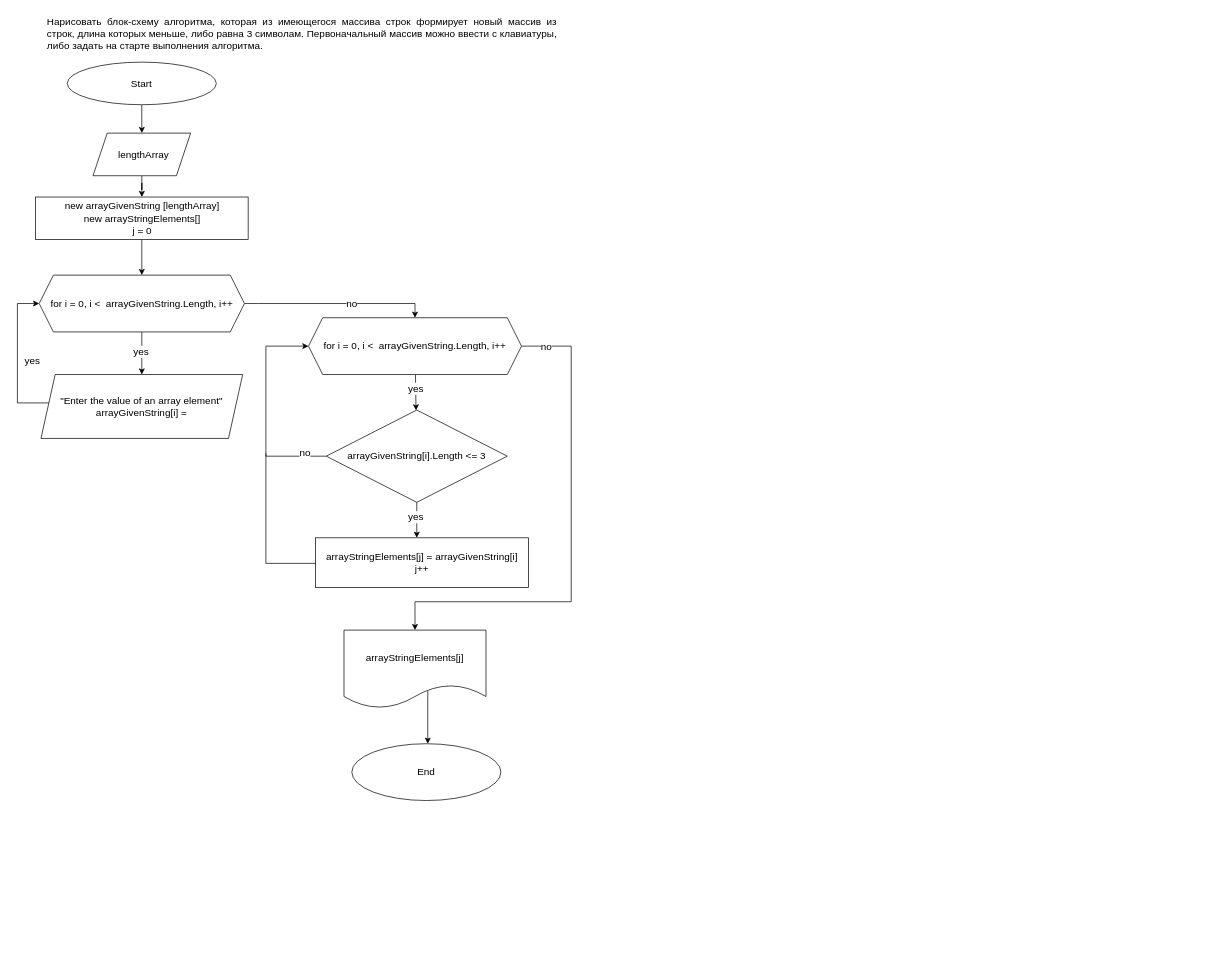
Yulia-Girduk/FinalProject_1 keeps this draw.io diagram as BlockDiagram.drawio. Above is the earlier version. Source tidied: cells renumbered, new cells numbered last; positions are measured from the earlier drawing's top-left corner, leaving out a move shared by most shapes. Both pictures are drawn from the tidied source at 71%, with x=0, y=0 at pixel (17, 12).
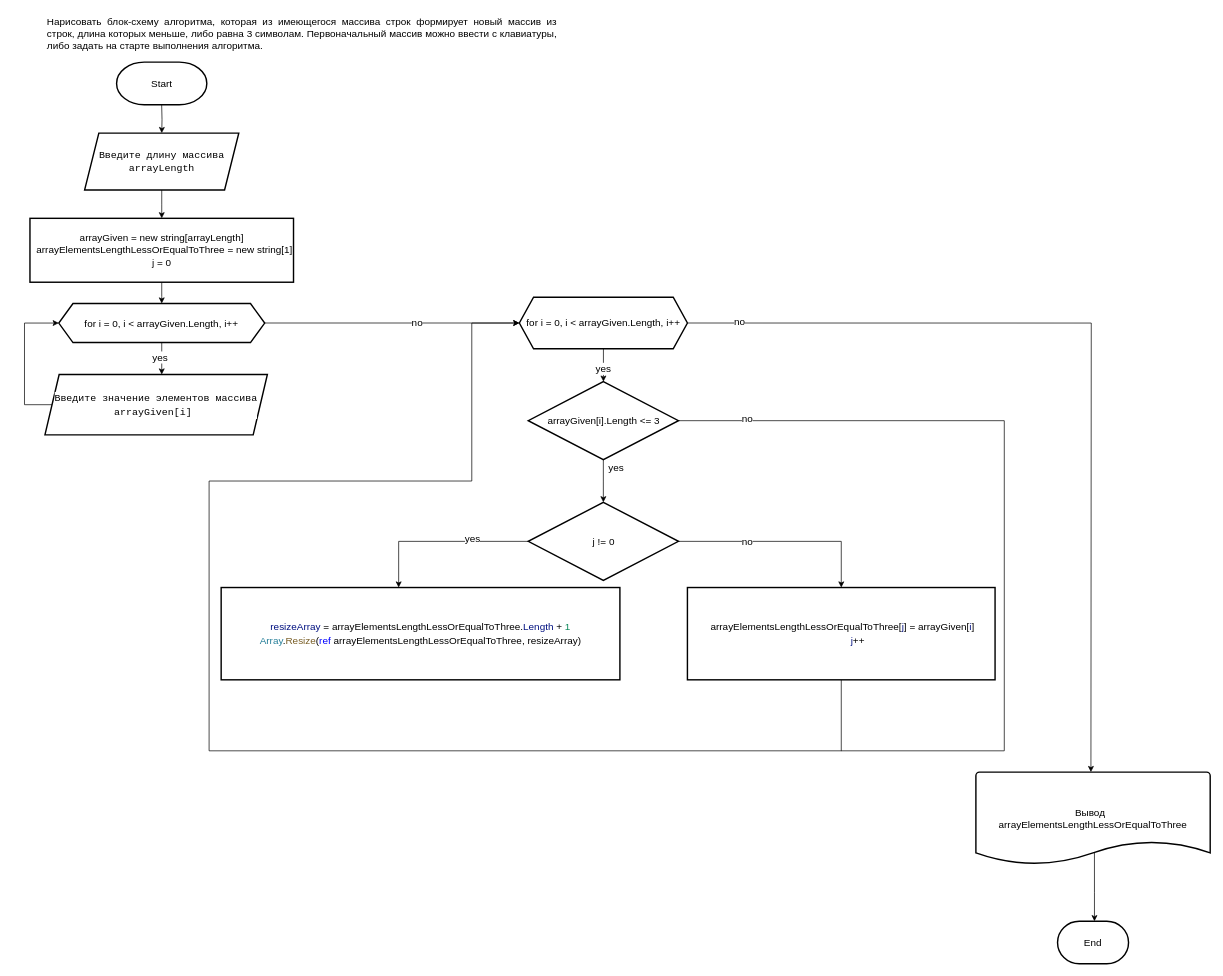
The same diagram, later.

Change to the diagram source:
```diff
@@
-    <mxCell id="3" style="edgeStyle=orthogonalEdgeStyle;rounded=0;jettySize=auto;html=1;" parent="1" edge="1" source="4" target="6">
-      <mxGeometry relative="1" as="geometry" />
+    <mxCell id="3" style="edgeStyle=orthogonalEdgeStyle;rounded=0;orthogonalLoop=1;jettySize=auto;html=1;" parent="1" edge="1">
+      <mxGeometry relative="1" as="geometry">
+        <mxPoint x="203.2" y="130" as="sourcePoint" />
+        <mxPoint x="203.3" y="170" as="targetPoint" />
+      </mxGeometry>
     </mxCell>
-    <mxCell id="4" value="&lt;font style=&quot;font-size: 14px;&quot;&gt;Start&lt;/font&gt;" style="ellipse;whiteSpace=wrap;html=1;" parent="1" vertex="1">
-      <mxGeometry x="70.2" y="70" width="210" height="60" as="geometry" />
-    </mxCell>
-    <mxCell id="5" style="edgeStyle=orthogonalEdgeStyle;rounded=0;jettySize=auto;html=1;" parent="1" edge="1" source="6" target="8">
-      <mxGeometry relative="1" as="geometry" />
-    </mxCell>
-    <mxCell id="6" value="&lt;font style=&quot;font-size: 14px;&quot;&gt;&amp;nbsp;lengthArray&lt;/font&gt;" style="shape=parallelogram;perimeter=parallelogramPerimeter;whiteSpace=wrap;html=1;fixedSize=1;" parent="1" vertex="1">
-      <mxGeometry x="106.5" y="170" width="137.5" height="60" as="geometry" />
-    </mxCell>
-    <mxCell id="7" style="edgeStyle=orthogonalEdgeStyle;rounded=0;jettySize=auto;html=1;" parent="1" edge="1" source="8" target="11">
-      <mxGeometry relative="1" as="geometry" />
-    </mxCell>
-    <mxCell id="8" value="&lt;font style=&quot;font-size: 14px;&quot;&gt;new arrayGivenString [lengthArray]&lt;br&gt;new arrayStringElements[]&lt;br&gt;j = 0&lt;br&gt;&lt;/font&gt;" style="rounded=0;whiteSpace=wrap;html=1;" parent="1" vertex="1">
-      <mxGeometry x="25.5" y="260" width="299.5" height="60" as="geometry" />
-    </mxCell>
-    <mxCell id="9" style="edgeStyle=orthogonalEdgeStyle;rounded=0;jettySize=auto;html=1;" parent="1" edge="1" source="11" target="14">
-      <mxGeometry relative="1" as="geometry" />
-    </mxCell>
-    <mxCell id="10" style="edgeStyle=orthogonalEdgeStyle;rounded=0;jettySize=auto;html=1;" parent="1" edge="1" source="11" target="18">
-      <mxGeometry relative="1" as="geometry">
-        <Array as="points">
-          <mxPoint x="340" y="410" />
-          <mxPoint x="340" y="410" />
-        </Array>
-      </mxGeometry>
-    </mxCell>
-    <mxCell id="11" value="&lt;font style=&quot;font-size: 14px;&quot;&gt;for i = 0, i &amp;lt;&amp;nbsp; arrayGivenString.Length, i++&lt;/font&gt;" style="shape=hexagon;perimeter=hexagonPerimeter2;whiteSpace=wrap;html=1;fixedSize=1;" parent="1" vertex="1">
-      <mxGeometry x="30.7" y="370" width="289.1" height="80" as="geometry" />
-    </mxCell>
-    <mxCell id="12" style="edgeStyle=orthogonalEdgeStyle;rounded=0;jettySize=auto;html=1;entryX=0;entryY=0.5;entryDx=0;entryDy=0;" parent="1" edge="1" source="14" target="11">
+    <mxCell id="12" style="edgeStyle=orthogonalEdgeStyle;rounded=0;orthogonalLoop=1;jettySize=auto;html=1;entryX=0;entryY=0.5;entryDx=0;entryDy=0;" parent="1" edge="1">
       <mxGeometry relative="1" as="geometry">
+        <mxPoint x="30.7" y="410" as="targetPoint" />
         <Array as="points">
           <mxPoint y="550" />
           <mxPoint y="410" />
         </Array>
       </mxGeometry>
     </mxCell>
@@
-    <mxCell id="14" value="&lt;font style=&quot;font-size: 14px;&quot;&gt;&quot;Enter the value of an array element&quot;&lt;br&gt;arrayGivenString[i] =&lt;br&gt;&lt;/font&gt;" style="shape=parallelogram;perimeter=parallelogramPerimeter;whiteSpace=wrap;html=1;fixedSize=1;" parent="1" vertex="1">
-      <mxGeometry x="33.2" y="510" width="284.1" height="90" as="geometry" />
-    </mxCell>
-    <mxCell id="15" style="edgeStyle=orthogonalEdgeStyle;rounded=0;jettySize=auto;html=1;entryX=0.5;entryY=0;entryDx=0;entryDy=0;" parent="1" edge="1" source="18" target="28">
-      <mxGeometry relative="1" as="geometry">
-        <Array as="points">
-          <mxPoint x="780" y="470" />
-          <mxPoint x="780" y="830" />
-          <mxPoint x="560" y="830" />
-        </Array>
-      </mxGeometry>
-    </mxCell>
-    <mxCell id="16" value="&lt;font style=&quot;font-size: 14px;&quot;&gt;no&lt;br&gt;&lt;/font&gt;" style="edgeLabel;html=1;align=center;verticalAlign=middle;" parent="15" vertex="1">
-      <mxGeometry x="-0.84" y="-1" relative="1" as="geometry">
-        <mxPoint x="-21" y="-1" as="offset" />
-      </mxGeometry>
-    </mxCell>
-    <mxCell id="17" style="edgeStyle=none;html=1;" parent="1" edge="1" source="18" target="24">
-      <mxGeometry relative="1" as="geometry" />
-    </mxCell>
-    <mxCell id="18" value="&lt;font style=&quot;font-size: 14px;&quot;&gt;for i = 0, i &amp;lt;&amp;nbsp; arrayGivenString.Length, i++&lt;/font&gt;" style="shape=hexagon;perimeter=hexagonPerimeter2;whiteSpace=wrap;html=1;fixedSize=1;" parent="1" vertex="1">
-      <mxGeometry x="410" y="430" width="300" height="80" as="geometry" />
-    </mxCell>
-    <mxCell id="19" value="&lt;font style=&quot;font-size: 14px;&quot;&gt;no&lt;br&gt;&lt;/font&gt;" style="edgeLabel;html=1;align=center;verticalAlign=middle;" parent="1" vertex="1">
-      <mxGeometry x="470" y="410" as="geometry" />
-    </mxCell>
-    <mxCell id="20" value="&lt;font style=&quot;font-size: 14px;&quot;&gt;yes&lt;br&gt;&lt;/font&gt;" style="edgeLabel;html=1;align=center;verticalAlign=middle;" parent="1" vertex="1">
-      <mxGeometry x="40" y="510" as="geometry">
-        <mxPoint x="133" y="-33" as="offset" />
-      </mxGeometry>
-    </mxCell>
-    <mxCell id="21" style="edgeStyle=orthogonalEdgeStyle;rounded=0;jettySize=auto;html=1;" parent="1" edge="1" source="24" target="25">
-      <mxGeometry relative="1" as="geometry">
-        <Array as="points">
-          <mxPoint x="563" y="730" />
-          <mxPoint x="563" y="730" />
-        </Array>
-      </mxGeometry>
-    </mxCell>
-    <mxCell id="22" style="edgeStyle=orthogonalEdgeStyle;rounded=0;jettySize=auto;html=1;entryX=0;entryY=0.5;entryDx=0;entryDy=0;" parent="1" edge="1" source="24" target="18">
-      <mxGeometry relative="1" as="geometry">
-        <Array as="points">
-          <mxPoint x="350" y="625" />
-          <mxPoint x="350" y="470" />
-        </Array>
-      </mxGeometry>
-    </mxCell>
-    <mxCell id="23" value="&lt;span style=&quot;font-size: 14px;&quot;&gt;no&lt;br&gt;&lt;/span&gt;" style="edgeLabel;html=1;align=center;verticalAlign=middle;" parent="22" vertex="1">
-      <mxGeometry x="-0.07" relative="1" as="geometry">
-        <mxPoint x="54" y="49" as="offset" />
-      </mxGeometry>
-    </mxCell>
-    <mxCell id="24" value="&lt;font style=&quot;font-size: 14px;&quot;&gt;arrayGivenString[i].Length &amp;lt;= 3&lt;/font&gt;" style="rhombus;whiteSpace=wrap;html=1;" parent="1" vertex="1">
-      <mxGeometry x="435" y="560" width="255" height="130" as="geometry" />
-    </mxCell>
-    <mxCell id="25" value="&lt;font style=&quot;font-size: 14px;&quot;&gt;arrayStringElements[j] = arrayGivenString[i]&lt;br&gt;j++&lt;br&gt;&lt;/font&gt;" style="rounded=0;whiteSpace=wrap;html=1;" parent="1" vertex="1">
-      <mxGeometry x="420" y="740" width="300" height="70" as="geometry" />
-    </mxCell>
-    <mxCell id="26" value="&lt;font style=&quot;font-size: 14px;&quot;&gt;yes&lt;/font&gt;" style="edgeLabel;html=1;align=center;verticalAlign=middle;" parent="1" vertex="1">
-      <mxGeometry x="562.5" y="710" as="geometry">
-        <mxPoint x="-2" as="offset" />
-      </mxGeometry>
-    </mxCell>
-    <mxCell id="27" style="edgeStyle=orthogonalEdgeStyle;rounded=0;jettySize=auto;html=1;exitX=0.59;exitY=0.782;exitDx=0;exitDy=0;exitPerimeter=0;" parent="1" edge="1" source="28">
-      <mxGeometry relative="1" as="geometry">
-        <mxPoint x="578" y="1030" as="targetPoint" />
-        <Array as="points">
-          <mxPoint x="578" y="1030" />
-        </Array>
-      </mxGeometry>
-    </mxCell>
-    <mxCell id="28" value="&lt;font style=&quot;font-size: 14px;&quot;&gt;arrayStringElements[j]&lt;/font&gt;" style="shape=document;whiteSpace=wrap;html=1;boundedLbl=1;" parent="1" vertex="1">
-      <mxGeometry x="460" y="870" width="200" height="110" as="geometry" />
-    </mxCell>
-    <mxCell id="29" style="endArrow=none;html=1;rounded=0;entryX=0;entryY=0.5;entryDx=0;entryDy=0;" parent="1" edge="1">
-      <mxGeometry relative="1" as="geometry">
-        <mxPoint x="350" y="621" as="sourcePoint" />
-        <mxPoint x="420" y="776" as="targetPoint" />
-        <Array as="points">
-          <mxPoint x="350" y="776" />
-        </Array>
-      </mxGeometry>
-    </mxCell>
+    <mxCell id="4" value="&lt;font style=&quot;font-size: 14px;&quot;&gt;Start&lt;/font&gt;" style="strokeWidth=2;html=1;shape=mxgraph.flowchart.terminator;whiteSpace=wrap;" parent="1" vertex="1">
+      <mxGeometry x="139.7" y="70" width="127.1" height="60" as="geometry" />
+    </mxCell>
+    <mxCell id="32" style="edgeStyle=orthogonalEdgeStyle;rounded=0;jettySize=auto;html=1;" parent="1" edge="1" source="33" target="35">
+      <mxGeometry relative="1" as="geometry" />
+    </mxCell>
+    <mxCell id="33" value="&lt;div style=&quot;border-color: var(--border-color); background-color: rgb(255, 255, 255); font-family: Consolas, &amp;quot;Courier New&amp;quot;, monospace; font-size: 14px; line-height: 19px;&quot;&gt;Введите длину массива&lt;/div&gt;&lt;div style=&quot;border-color: var(--border-color); background-color: rgb(255, 255, 255); font-family: Consolas, &amp;quot;Courier New&amp;quot;, monospace; font-size: 14px; line-height: 19px;&quot;&gt;arrayLength&lt;/div&gt;" style="shape=parallelogram;perimeter=parallelogramPerimeter;whiteSpace=wrap;html=1;fixedSize=1;strokeWidth=2;" parent="1" vertex="1">
+      <mxGeometry x="94.7" y="170" width="217.1" height="80" as="geometry" />
+    </mxCell>
+    <mxCell id="34" style="edgeStyle=orthogonalEdgeStyle;rounded=0;jettySize=auto;html=1;" parent="1" edge="1" source="35" target="40">
+      <mxGeometry relative="1" as="geometry" />
+    </mxCell>
+    <mxCell id="35" value="&lt;font style=&quot;font-size: 14px;&quot;&gt;arrayGiven = new string[arrayLength]&lt;br&gt;&amp;nbsp;&amp;nbsp;arrayElementsLengthLessOrEqualToThree = new string[1]&lt;br&gt;j = 0&lt;br&gt;&lt;/font&gt;" style="rounded=0;whiteSpace=wrap;html=1;strokeWidth=2;" parent="1" vertex="1">
+      <mxGeometry x="17.7" y="290" width="371.2" height="90" as="geometry" />
+    </mxCell>
+    <mxCell id="36" style="edgeStyle=orthogonalEdgeStyle;rounded=0;jettySize=auto;html=1;" parent="1" edge="1" source="40" target="42">
+      <mxGeometry relative="1" as="geometry">
+        <Array as="points">
+          <mxPoint x="203" y="480" />
+          <mxPoint x="203" y="480" />
+        </Array>
+      </mxGeometry>
+    </mxCell>
+    <mxCell id="37" value="yes" style="edgeLabel;html=1;align=center;verticalAlign=middle;fontSize=14;" parent="36" vertex="1">
+      <mxGeometry x="-0.33" y="-3" relative="1" as="geometry">
+        <mxPoint y="5" as="offset" />
+      </mxGeometry>
+    </mxCell>
+    <mxCell id="38" style="edgeStyle=orthogonalEdgeStyle;rounded=0;jettySize=auto;html=1;entryX=0;entryY=0.5;entryDx=0;entryDy=0;" parent="1" edge="1" source="40" target="47">
+      <mxGeometry relative="1" as="geometry" />
+    </mxCell>
+    <mxCell id="39" value="&lt;font style=&quot;font-size: 14px;&quot;&gt;no&lt;/font&gt;" style="edgeLabel;html=1;align=center;verticalAlign=middle;" parent="38" vertex="1">
+      <mxGeometry x="0.26" y="-1" relative="1" as="geometry">
+        <mxPoint x="-12" y="-2" as="offset" />
+      </mxGeometry>
+    </mxCell>
+    <mxCell id="40" value="&lt;font style=&quot;font-size: 14px;&quot;&gt;for i = 0, i &amp;lt; arrayGiven.Length, i++&lt;/font&gt;" style="shape=hexagon;perimeter=hexagonPerimeter2;whiteSpace=wrap;html=1;fixedSize=1;strokeWidth=2;" parent="1" vertex="1">
+      <mxGeometry x="58.3" y="410" width="290" height="55" as="geometry" />
+    </mxCell>
+    <mxCell id="41" style="edgeStyle=orthogonalEdgeStyle;rounded=0;jettySize=auto;html=1;exitX=0;exitY=0.5;exitDx=0;exitDy=0;entryX=0;entryY=0.5;entryDx=0;entryDy=0;" parent="1" edge="1" source="42" target="40">
+      <mxGeometry relative="1" as="geometry">
+        <Array as="points">
+          <mxPoint x="10" y="553" />
+          <mxPoint x="10" y="438" />
+        </Array>
+      </mxGeometry>
+    </mxCell>
+    <mxCell id="42" value="&lt;div style=&quot;border-color: var(--border-color); background-color: rgb(255, 255, 255); font-family: Consolas, &amp;quot;Courier New&amp;quot;, monospace; font-size: 14px; line-height: 19px;&quot;&gt;Введите значение элементов массива&lt;/div&gt;&lt;div style=&quot;border-color: var(--border-color); background-color: rgb(255, 255, 255); font-family: Consolas, &amp;quot;Courier New&amp;quot;, monospace; font-size: 14px; line-height: 19px;&quot;&gt;arrayGiven[i]&amp;nbsp;&lt;br&gt;&lt;/div&gt;" style="shape=parallelogram;perimeter=parallelogramPerimeter;whiteSpace=wrap;html=1;fixedSize=1;strokeWidth=2;" parent="1" vertex="1">
+      <mxGeometry x="38.8" y="510" width="313.3" height="85" as="geometry" />
+    </mxCell>
+    <mxCell id="43" style="edgeStyle=orthogonalEdgeStyle;rounded=0;jettySize=auto;html=1;" parent="1" edge="1" source="47" target="50">
+      <mxGeometry relative="1" as="geometry">
+        <Array as="points">
+          <mxPoint x="825" y="510" />
+          <mxPoint x="825" y="510" />
+        </Array>
+      </mxGeometry>
+    </mxCell>
+    <mxCell id="44" value="&lt;font style=&quot;font-size: 14px;&quot;&gt;yes&lt;/font&gt;" style="edgeLabel;html=1;align=center;verticalAlign=middle;" parent="43" vertex="1">
+      <mxGeometry x="0.21" y="-1" relative="1" as="geometry" />
+    </mxCell>
+    <mxCell id="45" style="edgeStyle=orthogonalEdgeStyle;rounded=0;jettySize=auto;html=1;exitX=1;exitY=0.5;exitDx=0;exitDy=0;" parent="1" edge="1" source="47">
+      <mxGeometry relative="1" as="geometry">
+        <mxPoint x="1512" y="1070" as="targetPoint" />
+      </mxGeometry>
+    </mxCell>
+    <mxCell id="46" value="&lt;font style=&quot;font-size: 14px;&quot;&gt;no&lt;/font&gt;" style="edgeLabel;html=1;align=center;verticalAlign=middle;" parent="45" vertex="1">
+      <mxGeometry x="-0.93" y="-1" relative="1" as="geometry">
+        <mxPoint x="31" y="-3" as="offset" />
+      </mxGeometry>
+    </mxCell>
+    <mxCell id="47" value="&lt;font style=&quot;font-size: 14px;&quot;&gt;for i = 0, i &amp;lt; arrayGiven.Length, i++&lt;/font&gt;" style="shape=hexagon;perimeter=hexagonPerimeter2;whiteSpace=wrap;html=1;fixedSize=1;strokeWidth=2;" parent="1" vertex="1">
+      <mxGeometry x="707" y="401.2" width="236.7" height="72.5" as="geometry" />
+    </mxCell>
+    <mxCell id="48" style="edgeStyle=orthogonalEdgeStyle;rounded=0;jettySize=auto;html=1;entryX=0.5;entryY=0;entryDx=0;entryDy=0;" parent="1" edge="1" source="50" target="55">
+      <mxGeometry relative="1" as="geometry">
+        <Array as="points">
+          <mxPoint x="825" y="660" />
+        </Array>
+      </mxGeometry>
+    </mxCell>
+    <mxCell id="49" value="&lt;font style=&quot;font-size: 14px;&quot;&gt;yes&lt;/font&gt;" style="edgeLabel;html=1;align=center;verticalAlign=middle;" parent="48" vertex="1">
+      <mxGeometry x="-0.1" relative="1" as="geometry">
+        <mxPoint x="17" y="-17" as="offset" />
+      </mxGeometry>
+    </mxCell>
+    <mxCell id="50" value="&lt;font style=&quot;font-size: 14px;&quot;&gt;arrayGiven[i].Length&lt;span style=&quot;background-color: initial;&quot;&gt;&amp;nbsp;&amp;lt;= 3&lt;/span&gt;&lt;/font&gt;" style="rhombus;whiteSpace=wrap;html=1;strokeWidth=2;" parent="1" vertex="1">
+      <mxGeometry x="719.5" y="520" width="211.6" height="110" as="geometry" />
+    </mxCell>
+    <mxCell id="51" style="edgeStyle=orthogonalEdgeStyle;rounded=0;jettySize=auto;html=1;" parent="1" edge="1" source="55" target="56">
+      <mxGeometry relative="1" as="geometry">
+        <Array as="points">
+          <mxPoint x="537" y="745" />
+        </Array>
+      </mxGeometry>
+    </mxCell>
+    <mxCell id="52" value="&lt;font style=&quot;font-size: 14px;&quot;&gt;yes&lt;/font&gt;" style="edgeLabel;html=1;align=center;verticalAlign=middle;" parent="51" vertex="1">
+      <mxGeometry x="-0.23" y="1" relative="1" as="geometry">
+        <mxPoint x="16" y="-6" as="offset" />
+      </mxGeometry>
+    </mxCell>
+    <mxCell id="53" style="edgeStyle=orthogonalEdgeStyle;rounded=0;jettySize=auto;html=1;" parent="1" edge="1" source="55" target="58">
+      <mxGeometry relative="1" as="geometry" />
+    </mxCell>
+    <mxCell id="54" value="&lt;font style=&quot;font-size: 14px;&quot;&gt;no&lt;/font&gt;" style="edgeLabel;html=1;align=center;verticalAlign=middle;" parent="53" vertex="1">
+      <mxGeometry x="-0.79" y="2" relative="1" as="geometry">
+        <mxPoint x="65" y="2" as="offset" />
+      </mxGeometry>
+    </mxCell>
+    <mxCell id="55" value="&lt;font style=&quot;font-size: 14px;&quot;&gt;j != 0&lt;/font&gt;" style="rhombus;whiteSpace=wrap;html=1;strokeWidth=2;" parent="1" vertex="1">
+      <mxGeometry x="719.5" y="690" width="211.6" height="110" as="geometry" />
+    </mxCell>
+    <mxCell id="56" value="&lt;div style=&quot;background-color: rgb(255, 255, 255); font-size: 14px; line-height: 19px;&quot;&gt;&lt;div style=&quot;&quot;&gt;&lt;span style=&quot;color: rgb(0, 16, 128);&quot;&gt;resizeArray&lt;/span&gt; =&amp;nbsp;arrayElementsLengthLessOrEqualToThree.&lt;span style=&quot;color: rgb(0, 16, 128);&quot;&gt;Length&lt;/span&gt; + &lt;span style=&quot;color: rgb(9, 134, 88);&quot;&gt;1&lt;/span&gt;&lt;/div&gt;&lt;div style=&quot;&quot;&gt;&lt;span style=&quot;color: rgb(38, 127, 153);&quot;&gt;Array&lt;/span&gt;.&lt;span style=&quot;color: rgb(121, 94, 38);&quot;&gt;Resize&lt;/span&gt;(&lt;span style=&quot;color: rgb(0, 0, 255);&quot;&gt;ref&lt;/span&gt;&amp;nbsp;arrayElementsLengthLessOrEqualToThree, resizeArray)&lt;/div&gt;&lt;/div&gt;" style="whiteSpace=wrap;html=1;strokeWidth=2;" parent="1" vertex="1">
+      <mxGeometry x="287" y="810" width="561.6" height="130" as="geometry" />
+    </mxCell>
+    <mxCell id="57" style="edgeStyle=orthogonalEdgeStyle;rounded=0;jettySize=auto;html=1;entryX=0;entryY=0.5;entryDx=0;entryDy=0;" parent="1" edge="1" source="58" target="47">
+      <mxGeometry relative="1" as="geometry">
+        <Array as="points">
+          <mxPoint x="1160" y="1040" />
+          <mxPoint x="270" y="1040" />
+          <mxPoint x="270" y="660" />
+          <mxPoint x="640" y="660" />
+          <mxPoint x="640" y="438" />
+        </Array>
+      </mxGeometry>
+    </mxCell>
+    <mxCell id="58" value="&lt;div style=&quot;background-color: rgb(255, 255, 255); font-size: 14px; line-height: 19px;&quot;&gt;&lt;div style=&quot;&quot;&gt;&amp;nbsp;arrayElementsLengthLessOrEqualToThree[&lt;span style=&quot;color: rgb(0, 16, 128);&quot;&gt;j&lt;/span&gt;] =&amp;nbsp;arrayGiven[&lt;span style=&quot;color: rgb(0, 16, 128);&quot;&gt;i&lt;/span&gt;]&lt;/div&gt;&lt;div style=&quot;&quot;&gt;&amp;nbsp; &amp;nbsp; &amp;nbsp; &amp;nbsp; &amp;nbsp; &amp;nbsp; &lt;span style=&quot;color: rgb(0, 16, 128);&quot;&gt;j&lt;/span&gt;++&lt;/div&gt;&lt;/div&gt;" style="whiteSpace=wrap;html=1;strokeWidth=2;" parent="1" vertex="1">
+      <mxGeometry x="943.7" y="810" width="433.3" height="130" as="geometry" />
+    </mxCell>
+    <mxCell id="59" style="endArrow=none;html=1;rounded=0;exitX=1;exitY=0.5;exitDx=0;exitDy=0;" parent="1" edge="1" source="50">
+      <mxGeometry relative="1" as="geometry">
+        <mxPoint x="1160" y="1040" as="targetPoint" />
+        <Array as="points">
+          <mxPoint x="1390" y="575" />
+          <mxPoint x="1390" y="1040" />
+        </Array>
+      </mxGeometry>
+    </mxCell>
+    <mxCell id="60" value="&lt;font style=&quot;font-size: 14px;&quot;&gt;no&lt;/font&gt;" style="edgeLabel;html=1;align=center;verticalAlign=middle;" parent="59" vertex="1">
+      <mxGeometry x="-0.52" y="-1" relative="1" as="geometry">
+        <mxPoint x="-181" y="-5" as="offset" />
+      </mxGeometry>
+    </mxCell>
+    <mxCell id="61" style="edgeStyle=orthogonalEdgeStyle;rounded=0;jettySize=auto;html=1;exitX=0.506;exitY=0.862;exitDx=0;exitDy=0;exitPerimeter=0;" parent="1" edge="1" source="62">
+      <mxGeometry relative="1" as="geometry">
+        <mxPoint x="1517" y="1280" as="targetPoint" />
+      </mxGeometry>
+    </mxCell>
+    <mxCell id="62" value="&lt;font style=&quot;font-size: 14px;&quot;&gt;Вывод&amp;nbsp;&amp;nbsp;&lt;br&gt;arrayElementsLengthLessOrEqualToThree&lt;/font&gt;" style="strokeWidth=2;html=1;shape=mxgraph.flowchart.document2;whiteSpace=wrap;size=0.25;" parent="1" vertex="1">
+      <mxGeometry x="1350" y="1070" width="330" height="130" as="geometry" />
+    </mxCell>
-    <mxCell id="30" value="&lt;font style=&quot;font-size: 14px;&quot;&gt;End&lt;/font&gt;" style="ellipse;whiteSpace=wrap;html=1;" parent="1" vertex="1">
-      <mxGeometry x="471" y="1030" width="210" height="80" as="geometry" />
+    <mxCell id="30" value="&lt;font style=&quot;font-size: 14px;&quot;&gt;End&lt;/font&gt;" style="strokeWidth=2;html=1;shape=mxgraph.flowchart.terminator;whiteSpace=wrap;" parent="1" vertex="1">
+      <mxGeometry x="1465" y="1280" width="100" height="60" as="geometry" />
     </mxCell>
-    <mxCell id="31" value="&lt;font style=&quot;font-size: 14px;&quot;&gt;yes&lt;/font&gt;" style="edgeLabel;html=1;align=center;verticalAlign=middle;" parent="1" vertex="1">
-      <mxGeometry x="569.5" y="533" as="geometry">
-        <mxPoint x="-9" y="-4" as="offset" />
-      </mxGeometry>
-    </mxCell>
```
